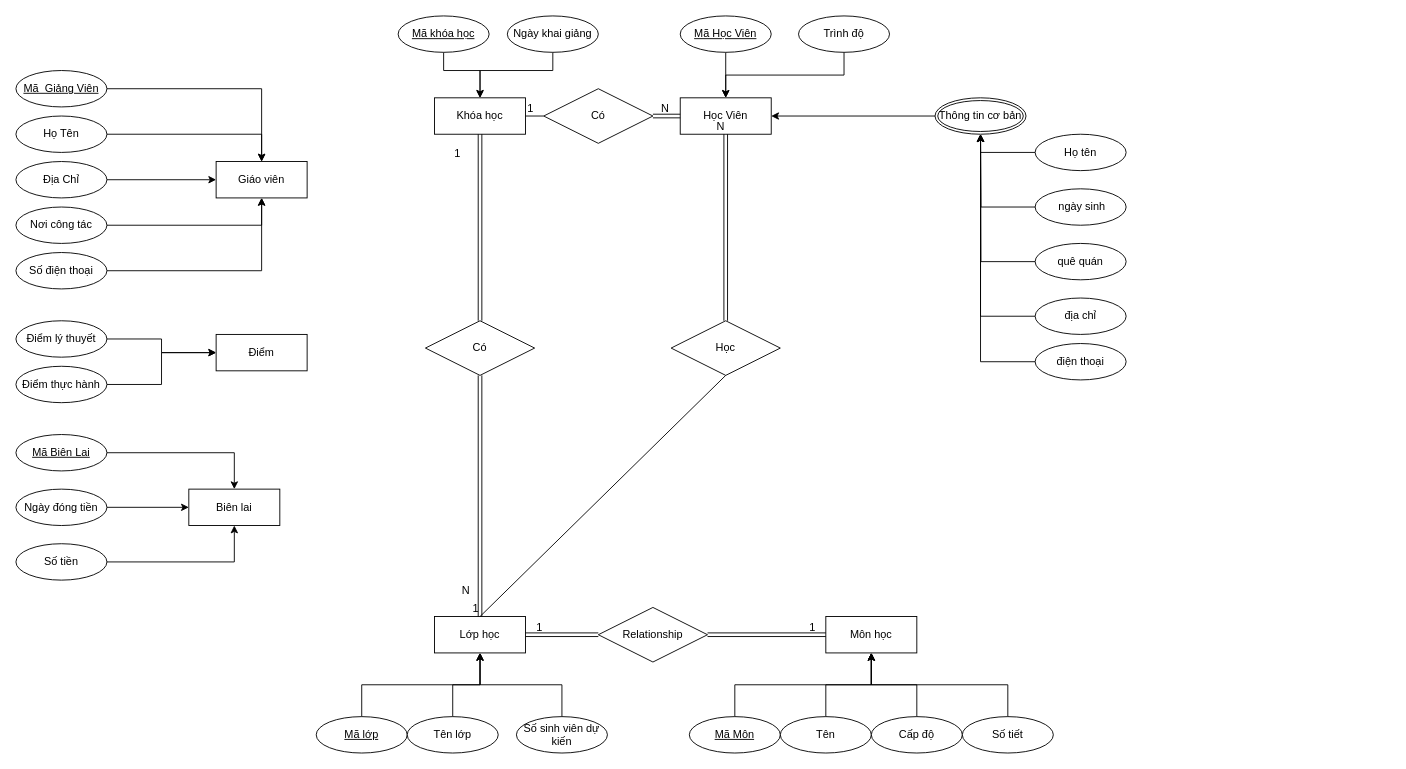
This is DB_Chapter5_HW.drawio from reality8080/DB_Chapter5_HW, a draw.io file, before an edit. Source tidied: cells renumbered, new cells numbered last; positions are measured from the earlier drawing's top-left corner, leaving out a move shared by most shapes. Both pictures are drawn from the tidied source at 91%, with x=0, y=0 at pixel (15, 15).
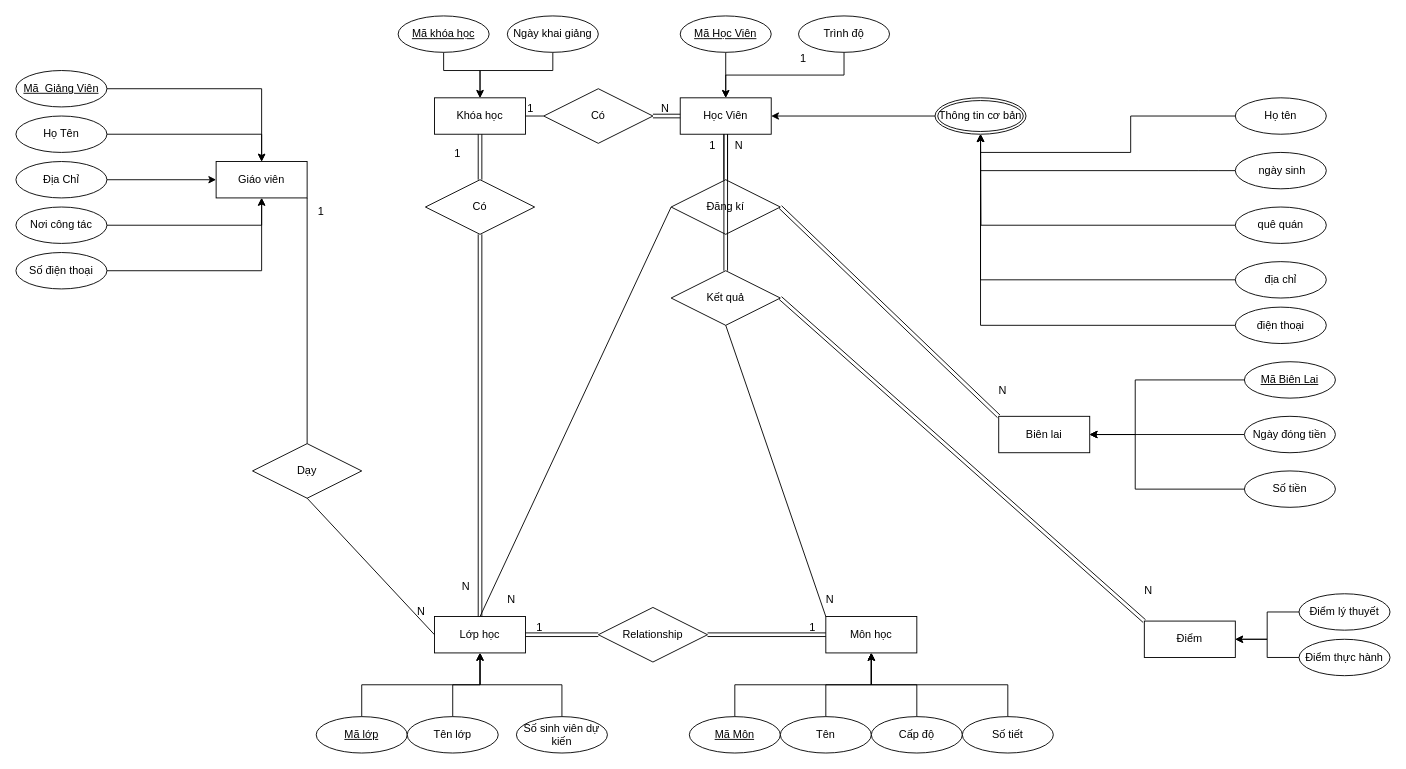
The same diagram, later.

The change refers to these unchanged cells:
```xml
<mxCell id="3" value="Lớp học" style="whiteSpace=wrap;html=1;align=center;" parent="1" vertex="1">
  <mxGeometry x="460" y="660" width="100" height="40" as="geometry" />
</mxCell>
<mxCell id="4" value="Môn học" style="whiteSpace=wrap;html=1;align=center;" parent="1" vertex="1">
  <mxGeometry x="890" y="660" width="100" height="40" as="geometry" />
</mxCell>
<mxCell id="5" value="Học Viên" style="whiteSpace=wrap;html=1;align=center;" parent="1" vertex="1">
  <mxGeometry x="730" y="90" width="100" height="40" as="geometry" />
</mxCell>
<mxCell id="41" value="Giáo viên" style="whiteSpace=wrap;html=1;align=center;" parent="1" vertex="1">
  <mxGeometry x="220" y="160" width="100" height="40" as="geometry" />
</mxCell>
<mxCell id="67" style="shape=link;html=1;rounded=0;exitX=0.5;exitY=1;exitDx=0;exitDy=0;entryX=0.5;entryY=0;entryDx=0;entryDy=0;" parent="1" edge="1" source="63" target="3">
  <mxGeometry relative="1" as="geometry" />
</mxCell>
<mxCell id="79" style="shape=link;html=1;rounded=0;exitX=0.5;exitY=0;exitDx=0;exitDy=0;entryX=0.5;entryY=1;entryDx=0;entryDy=0;" parent="1" edge="1" source="78" target="5">
  <mxGeometry relative="1" as="geometry" />
</mxCell>
```

What changed in the source:
```diff
@@
     <mxCell id="30" style="edgeStyle=orthogonalEdgeStyle;rounded=0;jettySize=auto;html=1;exitX=0;exitY=0.5;exitDx=0;exitDy=0;" parent="1" edge="1" source="31">
       <mxGeometry relative="1" as="geometry">
         <mxPoint x="1060" y="130" as="targetPoint" />
+        <Array as="points">
+          <mxPoint x="1300" y="170" />
+          <mxPoint x="1060" y="170" />
+        </Array>
       </mxGeometry>
     </mxCell>
     <mxCell id="31" value="&amp;nbsp;ngày sinh" style="ellipse;whiteSpace=wrap;html=1;align=center;" parent="1" vertex="1">
-      <mxGeometry x="1120" y="190" width="100" height="40" as="geometry" />
+      <mxGeometry x="1340" y="150" width="100" height="40" as="geometry" />
     </mxCell>
@@
     <mxCell id="33" value=" quê quán" style="ellipse;whiteSpace=wrap;html=1;align=center;" parent="1" vertex="1">
-      <mxGeometry x="1120" y="250" width="100" height="40" as="geometry" />
+      <mxGeometry x="1340" y="210" width="100" height="40" as="geometry" />
     </mxCell>
@@
     <mxCell id="35" value="Họ tên" style="ellipse;whiteSpace=wrap;html=1;align=center;" parent="1" vertex="1">
-      <mxGeometry x="1120" y="130" width="100" height="40" as="geometry" />
+      <mxGeometry x="1340" y="90" width="100" height="40" as="geometry" />
     </mxCell>
@@
     <mxCell id="37" value=" địa chỉ" style="ellipse;whiteSpace=wrap;html=1;align=center;" parent="1" vertex="1">
-      <mxGeometry x="1120" y="310" width="100" height="40" as="geometry" />
+      <mxGeometry x="1340" y="270" width="100" height="40" as="geometry" />
     </mxCell>
@@
     <mxCell id="39" value="điện thoại" style="ellipse;whiteSpace=wrap;html=1;align=center;" parent="1" vertex="1">
-      <mxGeometry x="1120" y="360" width="100" height="40" as="geometry" />
+      <mxGeometry x="1340" y="320" width="100" height="40" as="geometry" />
     </mxCell>
     <mxCell id="40" value="Điểm" style="whiteSpace=wrap;html=1;align=center;" parent="1" vertex="1">
-      <mxGeometry x="220" y="350" width="100" height="40" as="geometry" />
+      <mxGeometry x="1240" y="665" width="100" height="40" as="geometry" />
     </mxCell>
@@
     <mxCell id="42" value="Biên lai" style="whiteSpace=wrap;html=1;align=center;" parent="1" vertex="1">
-      <mxGeometry x="190" y="520" width="100" height="40" as="geometry" />
+      <mxGeometry x="1080" y="440" width="100" height="40" as="geometry" />
     </mxCell>
@@
-    <mxCell id="53" style="edgeStyle=orthogonalEdgeStyle;rounded=0;jettySize=auto;html=1;exitX=1;exitY=0.5;exitDx=0;exitDy=0;" parent="1" edge="1" source="54" target="40">
+    <mxCell id="53" style="edgeStyle=orthogonalEdgeStyle;rounded=0;jettySize=auto;html=1;exitX=0;exitY=0.5;exitDx=0;exitDy=0;" parent="1" edge="1" source="54" target="40">
       <mxGeometry relative="1" as="geometry" />
     </mxCell>
     <mxCell id="54" value="Điểm thực hành" style="ellipse;whiteSpace=wrap;html=1;align=center;" parent="1" vertex="1">
-      <mxGeometry y="385" width="100" height="40" as="geometry" />
+      <mxGeometry x="1410" y="685" width="100" height="40" as="geometry" />
     </mxCell>
-    <mxCell id="55" style="edgeStyle=orthogonalEdgeStyle;rounded=0;jettySize=auto;html=1;exitX=1;exitY=0.5;exitDx=0;exitDy=0;entryX=0;entryY=0.5;entryDx=0;entryDy=0;" parent="1" edge="1" source="56" target="40">
+    <mxCell id="55" style="edgeStyle=orthogonalEdgeStyle;rounded=0;jettySize=auto;html=1;exitX=0;exitY=0.5;exitDx=0;exitDy=0;entryX=1;entryY=0.5;entryDx=0;entryDy=0;" parent="1" edge="1" source="56" target="40">
       <mxGeometry relative="1" as="geometry" />
     </mxCell>
     <mxCell id="56" value="Điểm lý thuyết" style="ellipse;whiteSpace=wrap;html=1;align=center;" parent="1" vertex="1">
-      <mxGeometry y="335" width="100" height="40" as="geometry" />
+      <mxGeometry x="1410" y="635" width="100" height="40" as="geometry" />
     </mxCell>
-    <mxCell id="57" style="edgeStyle=orthogonalEdgeStyle;rounded=0;jettySize=auto;html=1;exitX=1;exitY=0.5;exitDx=0;exitDy=0;entryX=0.5;entryY=0;entryDx=0;entryDy=0;" parent="1" edge="1" source="58" target="42">
-      <mxGeometry relative="1" as="geometry" />
+    <mxCell id="57" style="edgeStyle=orthogonalEdgeStyle;rounded=0;jettySize=auto;html=1;exitX=0;exitY=0.5;exitDx=0;exitDy=0;" parent="1" edge="1" source="58" target="42">
+      <mxGeometry relative="1" as="geometry">
+        <Array as="points">
+          <mxPoint x="1230" y="400" />
+          <mxPoint x="1230" y="460" />
+        </Array>
+      </mxGeometry>
     </mxCell>
     <mxCell id="58" value="Mã Biên Lai" style="ellipse;whiteSpace=wrap;html=1;align=center;fontStyle=4;" parent="1" vertex="1">
-      <mxGeometry y="460" width="100" height="40" as="geometry" />
+      <mxGeometry x="1350" y="380" width="100" height="40" as="geometry" />
     </mxCell>
-    <mxCell id="59" style="edgeStyle=orthogonalEdgeStyle;rounded=0;jettySize=auto;html=1;exitX=1;exitY=0.5;exitDx=0;exitDy=0;" parent="1" edge="1" source="60" target="42">
+    <mxCell id="59" style="edgeStyle=orthogonalEdgeStyle;rounded=0;jettySize=auto;html=1;exitX=0;exitY=0.5;exitDx=0;exitDy=0;entryX=1;entryY=0.5;entryDx=0;entryDy=0;" parent="1" edge="1" source="60" target="42">
       <mxGeometry relative="1" as="geometry" />
     </mxCell>
     <mxCell id="60" value="Ngày đóng tiền" style="ellipse;whiteSpace=wrap;html=1;align=center;" parent="1" vertex="1">
-      <mxGeometry y="520" width="100" height="40" as="geometry" />
+      <mxGeometry x="1350" y="440" width="100" height="40" as="geometry" />
     </mxCell>
-    <mxCell id="61" style="edgeStyle=orthogonalEdgeStyle;rounded=0;jettySize=auto;html=1;exitX=1;exitY=0.5;exitDx=0;exitDy=0;" parent="1" edge="1" source="62" target="42">
-      <mxGeometry relative="1" as="geometry" />
+    <mxCell id="61" style="edgeStyle=orthogonalEdgeStyle;rounded=0;jettySize=auto;html=1;exitX=0;exitY=0.5;exitDx=0;exitDy=0;" parent="1" edge="1" source="62" target="42">
+      <mxGeometry relative="1" as="geometry">
+        <Array as="points">
+          <mxPoint x="1230" y="520" />
+          <mxPoint x="1230" y="460" />
+        </Array>
+      </mxGeometry>
     </mxCell>
     <mxCell id="62" value="Số tiền" style="ellipse;whiteSpace=wrap;html=1;align=center;" parent="1" vertex="1">
-      <mxGeometry y="580" width="100" height="40" as="geometry" />
+      <mxGeometry x="1350" y="500" width="100" height="40" as="geometry" />
     </mxCell>
     <mxCell id="63" value="Có" style="shape=rhombus;perimeter=rhombusPerimeter;whiteSpace=wrap;html=1;align=center;" parent="1" vertex="1">
-      <mxGeometry x="450" y="335" width="120" height="60" as="geometry" />
+      <mxGeometry x="450" y="180" width="120" height="60" as="geometry" />
     </mxCell>
@@
     <mxCell id="68" value="N" style="html=1;whiteSpace=wrap;align=right;verticalAlign=bottom;" parent="67" vertex="1">
       <mxGeometry x="1" relative="1" as="geometry">
-        <mxPoint x="-10" y="-20" as="offset" />
+        <mxPoint x="-10" y="-25" as="offset" />
       </mxGeometry>
     </mxCell>
@@
-    <mxCell id="78" value="Học" style="shape=rhombus;perimeter=rhombusPerimeter;whiteSpace=wrap;html=1;align=center;" parent="1" vertex="1">
-      <mxGeometry x="720" y="335" width="120" height="60" as="geometry" />
+    <mxCell id="78" value="Đăng kí" style="shape=rhombus;perimeter=rhombusPerimeter;whiteSpace=wrap;html=1;align=center;" parent="1" vertex="1">
+      <mxGeometry x="720" y="180" width="120" height="60" as="geometry" />
     </mxCell>
@@
     <mxCell id="80" value="N" style="html=1;whiteSpace=wrap;align=right;verticalAlign=bottom;" parent="79" vertex="1">
-      <mxGeometry x="1" relative="1" as="geometry" />
+      <mxGeometry x="1" relative="1" as="geometry">
+        <mxPoint x="20" y="21" as="offset" />
+      </mxGeometry>
     </mxCell>
-    <mxCell id="81" style="endArrow=none;html=1;rounded=0;entryX=0.5;entryY=0;entryDx=0;entryDy=0;exitX=0.5;exitY=1;exitDx=0;exitDy=0;" parent="1" edge="1" source="78" target="3">
+    <mxCell id="81" style="endArrow=none;html=1;rounded=0;entryX=0.5;entryY=0;entryDx=0;entryDy=0;exitX=0;exitY=0.5;exitDx=0;exitDy=0;" parent="1" edge="1" source="78" target="3">
       <mxGeometry relative="1" as="geometry" />
     </mxCell>
-    <mxCell id="82" value="1" style="html=1;whiteSpace=wrap;align=right;verticalAlign=bottom;" parent="81" vertex="1">
-      <mxGeometry x="1" relative="1" as="geometry" />
+    <mxCell id="82" value="N" style="html=1;whiteSpace=wrap;align=right;verticalAlign=bottom;" parent="81" vertex="1">
+      <mxGeometry x="1" relative="1" as="geometry">
+        <mxPoint x="40" y="-10" as="offset" />
+      </mxGeometry>
     </mxCell>
+    <mxCell id="83" style="shape=link;html=1;rounded=0;entryX=0;entryY=0;entryDx=0;entryDy=0;exitX=1;exitY=0.5;exitDx=0;exitDy=0;" parent="1" edge="1" source="78" target="42">
+      <mxGeometry relative="1" as="geometry" />
+    </mxCell>
+    <mxCell id="84" value="1" style="html=1;whiteSpace=wrap;align=left;verticalAlign=bottom;" parent="83" vertex="1">
+      <mxGeometry x="-1" relative="1" as="geometry">
+        <mxPoint x="20" y="-155" as="offset" />
+      </mxGeometry>
+    </mxCell>
+    <mxCell id="85" value="N" style="html=1;whiteSpace=wrap;align=right;verticalAlign=bottom;" parent="83" vertex="1">
+      <mxGeometry x="1" relative="1" as="geometry">
+        <mxPoint x="10" y="-20" as="offset" />
+      </mxGeometry>
+    </mxCell>
+    <mxCell id="86" value="Kết quả" style="shape=rhombus;perimeter=rhombusPerimeter;whiteSpace=wrap;html=1;align=center;" parent="1" vertex="1">
+      <mxGeometry x="720" y="280" width="120" height="60" as="geometry" />
+    </mxCell>
+    <mxCell id="87" style="shape=link;html=1;rounded=0;entryX=0.5;entryY=1;entryDx=0;entryDy=0;" parent="1" edge="1" source="86" target="5">
+      <mxGeometry relative="1" as="geometry" />
+    </mxCell>
+    <mxCell id="88" value="1" style="html=1;whiteSpace=wrap;align=right;verticalAlign=bottom;" parent="87" vertex="1">
+      <mxGeometry x="1" relative="1" as="geometry">
+        <mxPoint x="-10" y="21" as="offset" />
+      </mxGeometry>
+    </mxCell>
+    <mxCell id="89" style="shape=link;html=1;rounded=0;exitX=0.5;exitY=1;exitDx=0;exitDy=0;entryX=0;entryY=0;entryDx=0;entryDy=0;" parent="1" edge="1" target="40">
+      <mxGeometry relative="1" as="geometry">
+        <mxPoint x="840" y="310" as="sourcePoint" />
+      </mxGeometry>
+    </mxCell>
+    <mxCell id="90" value="N" style="html=1;whiteSpace=wrap;align=right;verticalAlign=bottom;" parent="89" vertex="1">
+      <mxGeometry x="1" relative="1" as="geometry">
+        <mxPoint x="10" y="-25" as="offset" />
+      </mxGeometry>
+    </mxCell>
+    <mxCell id="91" value="Dạy" style="shape=rhombus;perimeter=rhombusPerimeter;whiteSpace=wrap;html=1;align=center;" parent="1" vertex="1">
+      <mxGeometry x="260" y="470" width="120" height="60" as="geometry" />
+    </mxCell>
+    <mxCell id="92" style="endArrow=none;html=1;rounded=0;exitX=0.5;exitY=1;exitDx=0;exitDy=0;entryX=0;entryY=0;entryDx=0;entryDy=0;" parent="1" edge="1" source="86" target="4">
+      <mxGeometry relative="1" as="geometry" />
+    </mxCell>
+    <mxCell id="93" value="N" style="html=1;whiteSpace=wrap;align=right;verticalAlign=bottom;" parent="92" vertex="1">
+      <mxGeometry x="1" relative="1" as="geometry">
+        <mxPoint x="10" y="-10" as="offset" />
+      </mxGeometry>
+    </mxCell>
+    <mxCell id="94" style="endArrow=none;html=1;rounded=0;exitX=0.5;exitY=0;exitDx=0;exitDy=0;entryX=1;entryY=1;entryDx=0;entryDy=0;" parent="1" edge="1" source="91" target="41">
+      <mxGeometry relative="1" as="geometry" />
+    </mxCell>
+    <mxCell id="95" value="1" style="text;html=1;align=center;verticalAlign=middle;strokeColor=none;fillColor=none;" parent="1" vertex="1">
+      <mxGeometry x="320" y="200" width="30" height="30" as="geometry" />
+    </mxCell>
+    <mxCell id="96" style="endArrow=none;html=1;rounded=0;exitX=0.5;exitY=1;exitDx=0;exitDy=0;entryX=0;entryY=0.5;entryDx=0;entryDy=0;" parent="1" edge="1" source="91" target="3">
+      <mxGeometry relative="1" as="geometry" />
+    </mxCell>
+    <mxCell id="97" value="N" style="text;html=1;align=center;verticalAlign=middle;strokeColor=none;fillColor=none;" parent="1" vertex="1">
+      <mxGeometry x="430" y="640" width="30" height="30" as="geometry" />
+    </mxCell>
```
